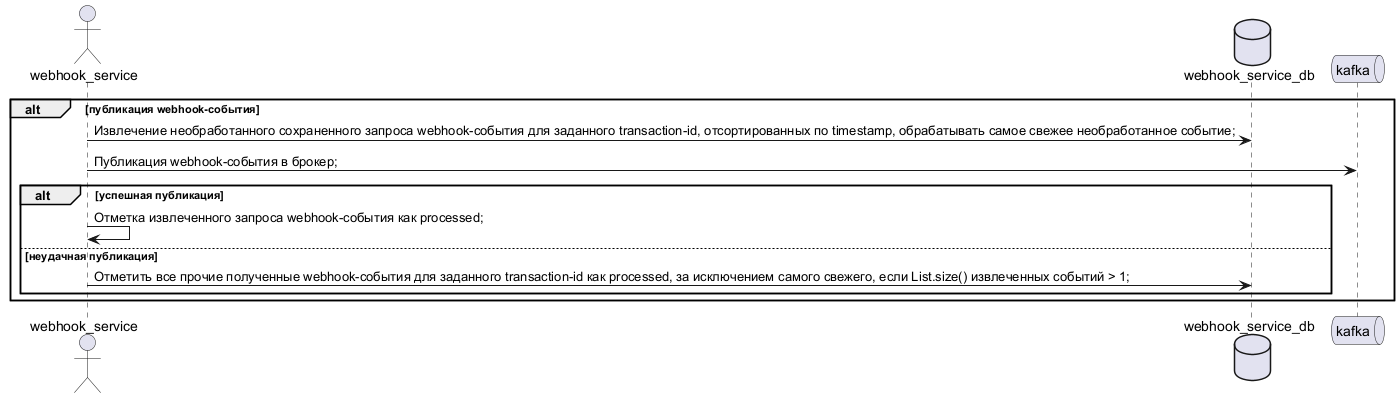
The PlantUML diagram diagrams/webhook-sevice-interaction/publish_webhook_event_to_kafka_uml.png in U-235-92/payment-system, before a commit. Source of this version:
```plantuml
@startuml

actor webhook_service
database webhook_service_db
queue kafka

alt публикация webhook-события
	webhook_service -> webhook_service_db : Извлечение необработанного сохраненного запроса webhook-события для заданного transaction-id, отсортированных по timestamp, обрабатывать самое свежее необработанное событие;
	webhook_service -> kafka : Публикация webhook-события в брокер;

	alt успешная публикация
		webhook_service -> webhook_service : Отметка извлеченного запроса webhook-события как processed;

	else неудачная публикация
		webhook_service -> webhook_service_db : Отметить все прочие полученные webhook-события для заданного transaction-id как processed, за исключением самого свежего, если List.size() извлеченных событий > 1;
	end
end

@enduml
```
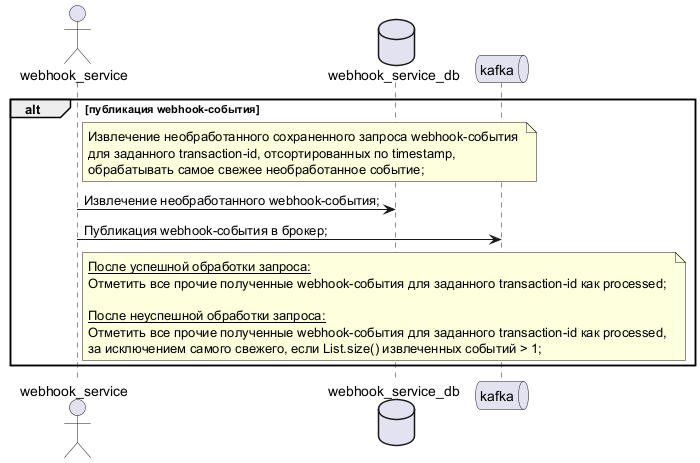
After the commit.

Commit message:
Module #7. V31_10_2026 [diagrams]. Update publisch webhook event to kafka UML diagram.

Change to the diagram source:
```diff
@@ -5,15 +5,22 @@
 queue kafka
 
 alt публикация webhook-события
-	webhook_service -> webhook_service_db : Извлечение необработанного сохраненного запроса webhook-события для заданного transaction-id, отсортированных по timestamp, обрабатывать самое свежее необработанное событие;
+	note right webhook_service
+		Извлечение необработанного сохраненного запроса webhook-события
+		для заданного transaction-id, отсортированных по timestamp,
+		обрабатывать самое свежее необработанное событие;
+	end note
+	webhook_service -> webhook_service_db : Извлечение необработанного webhook-события;
 	webhook_service -> kafka : Публикация webhook-события в брокер;
 
-	alt успешная публикация
-		webhook_service -> webhook_service : Отметка извлеченного запроса webhook-события как processed;
+	note right webhook_service
+		<u>После успешной обработки запроса:</u>
+		Отметить все прочие полученные webhook-события для заданного transaction-id как processed;
 
-	else неудачная публикация
-		webhook_service -> webhook_service_db : Отметить все прочие полученные webhook-события для заданного transaction-id как processed, за исключением самого свежего, если List.size() извлеченных событий > 1;
-	end
+		<u>После неуспешной обработки запроса:</u>
+		Отметить все прочие полученные webhook-события для заданного transaction-id как processed,
+		за исключением самого свежего, если List.size() извлеченных событий > 1;
+	end note
 end
 
 @enduml
```
